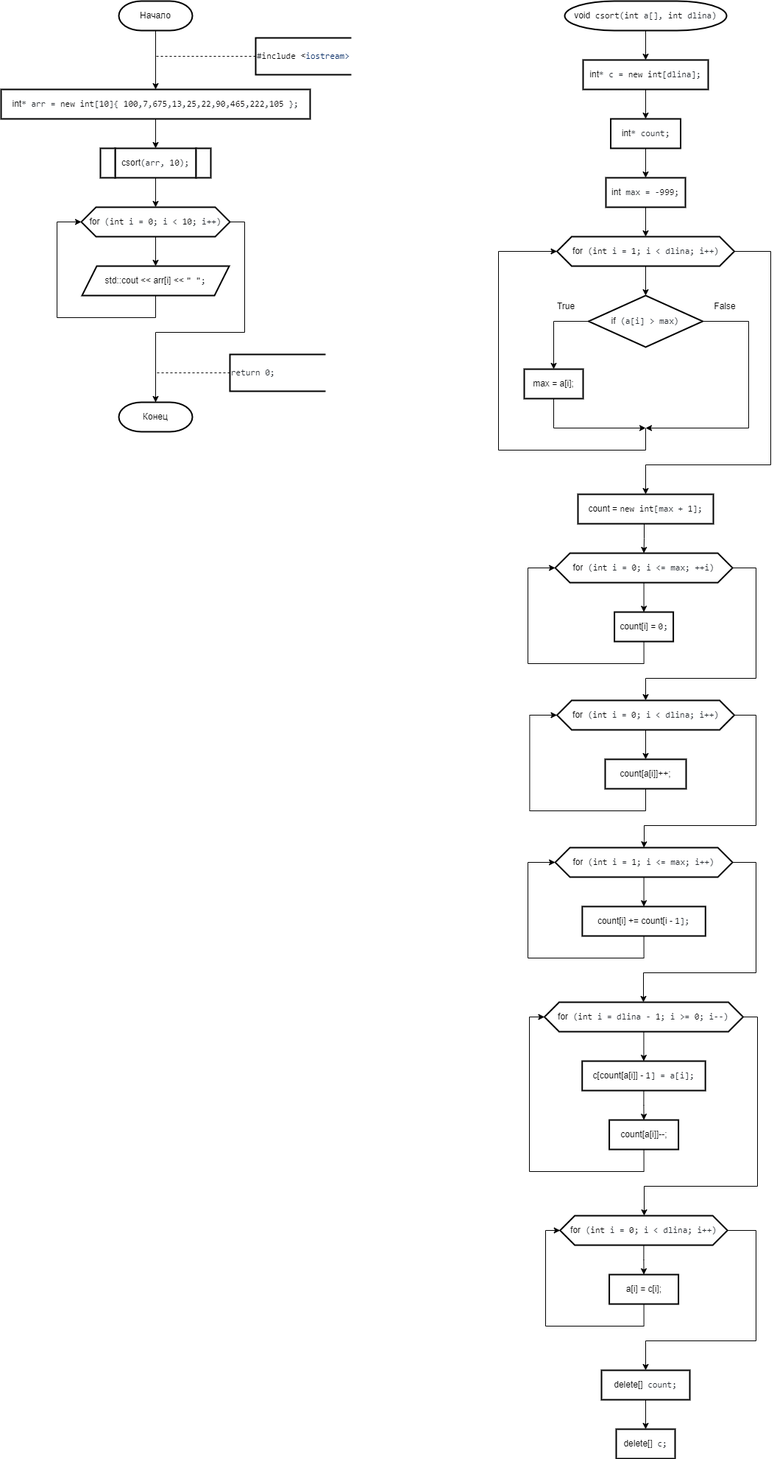
The draw.io diagram 2 Семестр/Labs/№9 Сложные сортировки быстрая (Хоара), слиянием, подсчетом, блочная, Шелла/Подсчетом.png in IlyaFedoseev227/LABS-PNRPU-IVT-22-1b, before a commit. Source tidied: cells renumbered, new cells last; positions are measured from the earlier drawing's top-left corner, leaving out a move shared by most shapes.
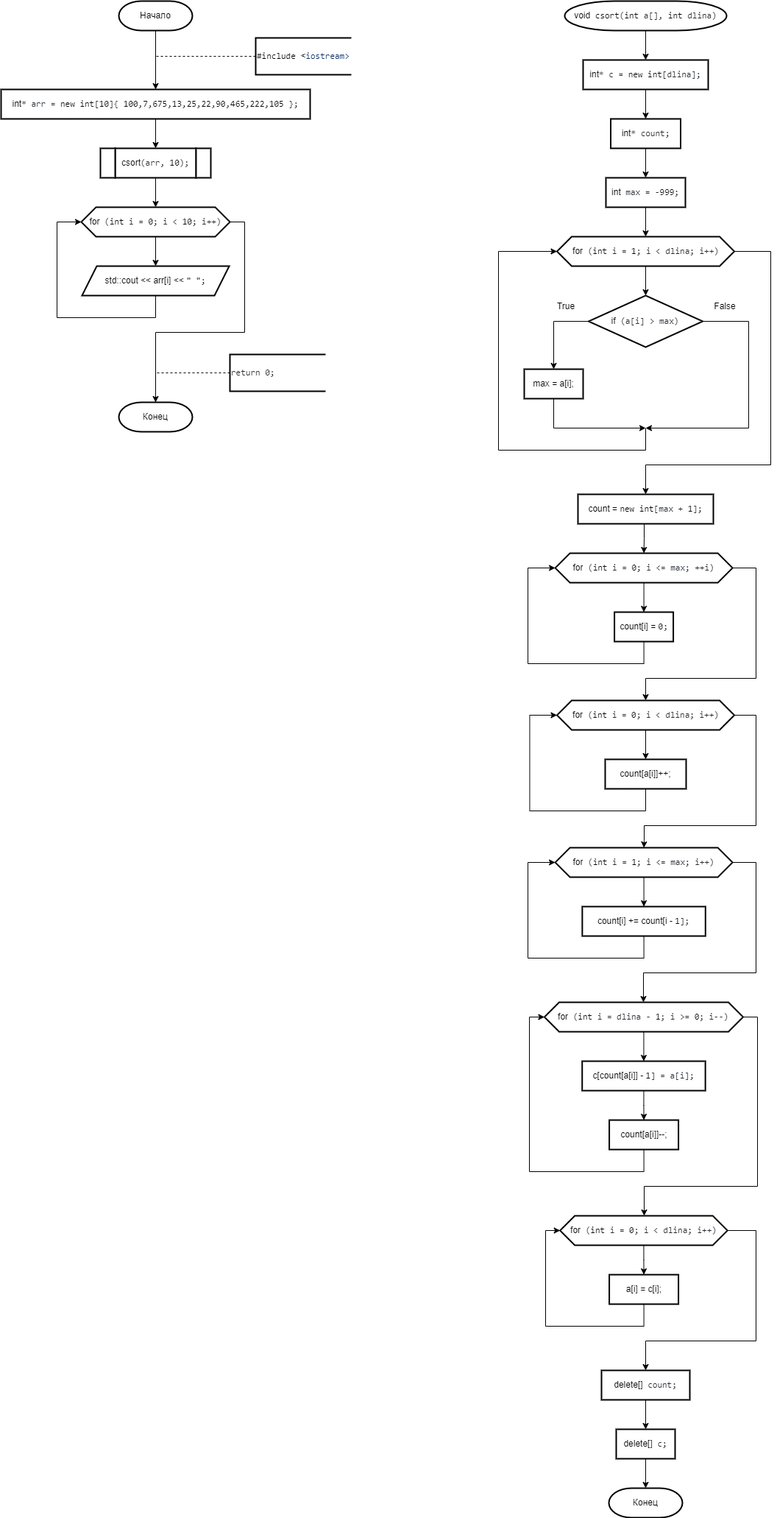
After the change.

Diff of the diagram source:
```diff
@@ -318,8 +318,14 @@
     <mxCell id="69" value="&lt;div style=&quot;text-align: start;&quot;&gt;delete[]&lt;span style=&quot;color: rgb(36, 41, 47); font-family: ui-monospace, SFMono-Regular, &amp;quot;SF Mono&amp;quot;, Menlo, Consolas, &amp;quot;Liberation Mono&amp;quot;, monospace; background-color: rgb(255, 255, 255);&quot;&gt; count;&lt;/span&gt;&lt;br&gt;&lt;/div&gt;" style="shape=parallelogram;perimeter=parallelogramPerimeter;whiteSpace=wrap;html=1;fixedSize=1;strokeWidth=2;size=-6;" parent="1" vertex="1">
       <mxGeometry x="816" y="1860" width="120" height="40" as="geometry" />
     </mxCell>
+    <mxCell id="71" style="edgeStyle=orthogonalEdgeStyle;rounded=0;jettySize=auto;html=1;exitX=0.5;exitY=1;exitDx=0;exitDy=0;entryX=0.5;entryY=0;entryDx=0;entryDy=0;entryPerimeter=0;" parent="1" edge="1" source="70" target="72">
+      <mxGeometry relative="1" as="geometry" />
+    </mxCell>
     <mxCell id="70" value="&lt;div style=&quot;text-align: start;&quot;&gt;delete[]&lt;span style=&quot;color: rgb(36, 41, 47); font-family: ui-monospace, SFMono-Regular, &amp;quot;SF Mono&amp;quot;, Menlo, Consolas, &amp;quot;Liberation Mono&amp;quot;, monospace; background-color: rgb(255, 255, 255);&quot;&gt; c;&lt;/span&gt;&lt;br&gt;&lt;/div&gt;" style="shape=parallelogram;perimeter=parallelogramPerimeter;whiteSpace=wrap;html=1;fixedSize=1;strokeWidth=2;size=-6;" parent="1" vertex="1">
       <mxGeometry x="836" y="1940" width="80" height="40" as="geometry" />
     </mxCell>
+    <mxCell id="72" value="Конец" style="strokeWidth=2;html=1;shape=mxgraph.flowchart.terminator;whiteSpace=wrap;" parent="1" vertex="1">
+      <mxGeometry x="826" y="2020" width="100" height="40" as="geometry" />
+    </mxCell>
   </root>
 </mxGraphModel>
```
